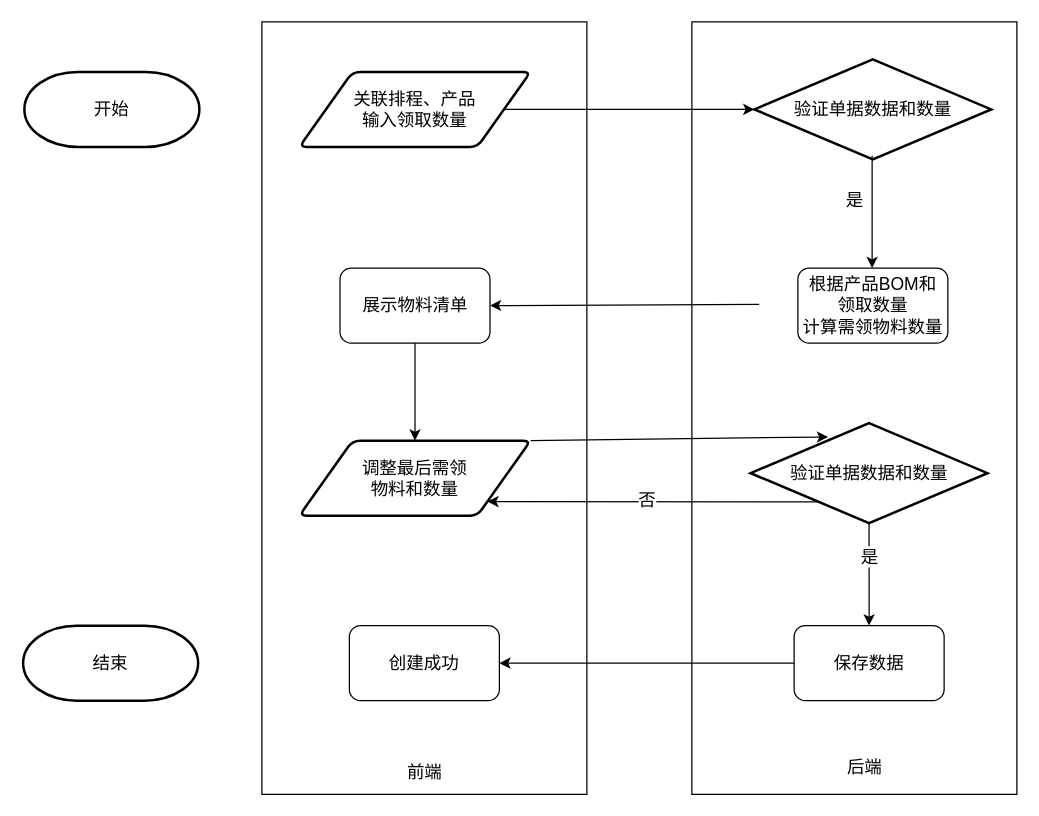
KNAI-I/test keeps this draw.io diagram as 设备监控流程.drawio. Above is the earlier version. Source tidied: cells renumbered, new cells numbered last; positions are measured from the earlier drawing's top-left corner, leaving out a move shared by most shapes. Both pictures are drawn from the tidied source at 125%, with x=0, y=0 at pixel (22, 21).
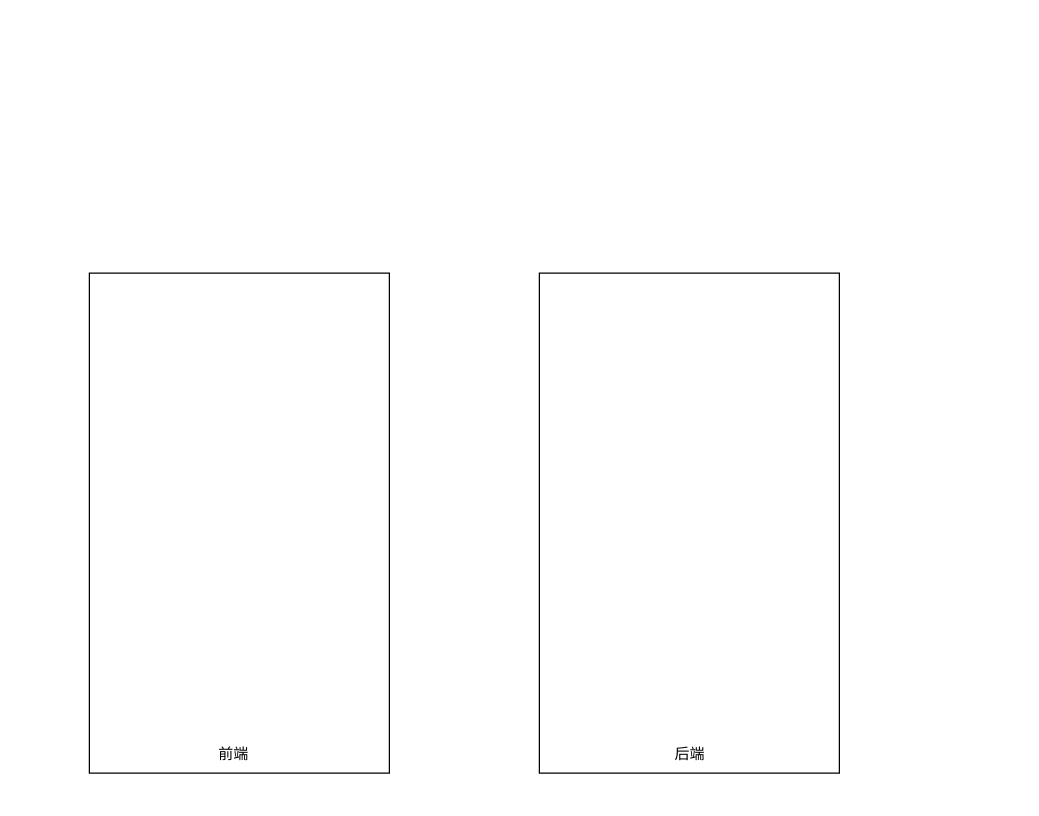
The same diagram, later.

Commit message (it also covers changes not shown here):
更新设备监控流程.drawio

Change to the diagram source:
```diff
@@
-    <mxCell id="2" style="verticalLabelPosition=bottom;verticalAlign=top;html=1;shape=mxgraph.basic.rect;fillColor2=none;strokeWidth=1;size=20;indent=5;fontSize=14;" parent="1" vertex="1">
-      <mxGeometry x="535" width="260" height="618" as="geometry" />
-    </mxCell>
-    <mxCell id="3" style="verticalLabelPosition=bottom;verticalAlign=top;html=1;shape=mxgraph.basic.rect;fillColor2=none;strokeWidth=1;size=20;indent=5;fontSize=14;" parent="1" vertex="1">
-      <mxGeometry x="191" width="260" height="618" as="geometry" />
-    </mxCell>
-    <mxCell id="4" value="开始" style="strokeWidth=2;html=1;shape=mxgraph.flowchart.terminator;whiteSpace=wrap;fontSize=14;" parent="1" vertex="1">
-      <mxGeometry x="1" y="40" width="140" height="60" as="geometry" />
-    </mxCell>
-    <mxCell id="5" value="关联排程、产品&lt;br&gt;输入领取数量" style="shape=parallelogram;html=1;strokeWidth=2;perimeter=parallelogramPerimeter;whiteSpace=wrap;rounded=1;arcSize=12;size=0.23;fontSize=14;" parent="1" vertex="1">
-      <mxGeometry x="221" y="40" width="185" height="60" as="geometry" />
-    </mxCell>
-    <mxCell id="6" value="验证单据数据和数量" style="strokeWidth=2;html=1;shape=mxgraph.flowchart.decision;whiteSpace=wrap;fontSize=14;" parent="1" vertex="1">
-      <mxGeometry x="585" y="30" width="189.5" height="80" as="geometry" />
-    </mxCell>
-    <mxCell id="7" value="结束" style="strokeWidth=2;html=1;shape=mxgraph.flowchart.terminator;whiteSpace=wrap;fontSize=14;" parent="1" vertex="1">
-      <mxGeometry y="483" width="140" height="60" as="geometry" />
-    </mxCell>
-    <mxCell id="8" value="是" style="text;html=1;align=center;verticalAlign=middle;strokeColor=none;fillColor=none;fontSize=14;" parent="1" vertex="1">
-      <mxGeometry x="645" y="128" width="40" height="30" as="geometry" />
-    </mxCell>
-    <mxCell id="9" value="根据产品BOM和&lt;br&gt;领取数量&lt;br&gt;计算需领物料数量" style="rounded=1;whiteSpace=wrap;html=1;fontSize=14;" parent="1" vertex="1">
-      <mxGeometry x="619.8" y="197" width="120" height="60" as="geometry" />
-    </mxCell>
-    <mxCell id="10" style="endArrow=classic;html=1;rounded=0;fontSize=14;" parent="1" edge="1">
-      <mxGeometry relative="1" as="geometry">
-        <mxPoint x="679.2" y="107" as="sourcePoint" />
-        <mxPoint x="679.2" y="197" as="targetPoint" />
-      </mxGeometry>
-    </mxCell>
+    <mxCell id="27" style="rounded=0;whiteSpace=wrap;html=1;" parent="1" vertex="1">
+      <mxGeometry x="53" y="201" width="240" height="400" as="geometry" />
+    </mxCell>
+    <mxCell id="28" style="rounded=0;whiteSpace=wrap;html=1;" parent="1" vertex="1">
+      <mxGeometry x="413" y="201" width="240" height="400" as="geometry" />
+    </mxCell>
-    <mxCell id="11" value="前端" style="text;html=1;align=center;verticalAlign=middle;strokeColor=none;fillColor=none;fontSize=14;" parent="1" vertex="1">
-      <mxGeometry x="296" y="585" width="50" height="30" as="geometry" />
+    <mxCell id="11" value="前端" style="text;html=1;align=center;verticalAlign=middle;strokeColor=none;fillColor=none;" parent="1" vertex="1">
+      <mxGeometry x="143" y="571" width="50" height="30" as="geometry" />
     </mxCell>
-    <mxCell id="12" value="后端" style="text;html=1;align=center;verticalAlign=middle;strokeColor=none;fillColor=none;fontSize=14;" parent="1" vertex="1">
-      <mxGeometry x="647.8" y="581" width="50" height="30" as="geometry" />
+    <mxCell id="12" value="后端" style="text;html=1;align=center;verticalAlign=middle;strokeColor=none;fillColor=none;" parent="1" vertex="1">
+      <mxGeometry x="508" y="571" width="50" height="30" as="geometry" />
     </mxCell>
-    <mxCell id="13" style="endArrow=classic;html=1;rounded=0;fontSize=14;exitX=1;exitY=0.5;exitDx=0;exitDy=0;entryX=0;entryY=0.5;entryDx=0;entryDy=0;entryPerimeter=0;" parent="1" edge="1" source="5" target="6">
-      <mxGeometry relative="1" as="geometry" />
-    </mxCell>
-    <mxCell id="14" value="展示物料清单" style="rounded=1;whiteSpace=wrap;html=1;fontSize=14;" parent="1" vertex="1">
-      <mxGeometry x="253.5" y="197" width="120" height="60" as="geometry" />
-    </mxCell>
-    <mxCell id="15" style="endArrow=classic;html=1;rounded=0;fontSize=14;exitX=0;exitY=0.5;exitDx=0;exitDy=0;entryX=1;entryY=0.5;entryDx=0;entryDy=0;" parent="1" edge="1" target="14">
-      <mxGeometry relative="1" as="geometry">
-        <mxPoint x="588.8" y="226" as="sourcePoint" />
-      </mxGeometry>
-    </mxCell>
-    <mxCell id="16" value="调整最后需领&lt;br&gt;物料和数量" style="shape=parallelogram;html=1;strokeWidth=2;perimeter=parallelogramPerimeter;whiteSpace=wrap;rounded=1;arcSize=12;size=0.23;fontSize=14;" parent="1" vertex="1">
-      <mxGeometry x="221" y="335" width="185" height="60" as="geometry" />
-    </mxCell>
-    <mxCell id="17" style="endArrow=classic;html=1;rounded=0;fontSize=14;exitX=0.5;exitY=1;exitDx=0;exitDy=0;entryX=0.5;entryY=0;entryDx=0;entryDy=0;" parent="1" edge="1" source="14" target="16">
-      <mxGeometry relative="1" as="geometry" />
-    </mxCell>
-    <mxCell id="18" value="验证单据数据和数量" style="strokeWidth=2;html=1;shape=mxgraph.flowchart.decision;whiteSpace=wrap;fontSize=14;" parent="1" vertex="1">
-      <mxGeometry x="582" y="321" width="189.5" height="80" as="geometry" />
-    </mxCell>
-    <mxCell id="19" style="endArrow=classic;html=1;rounded=0;fontSize=14;exitX=0.296;exitY=0.788;exitDx=0;exitDy=0;exitPerimeter=0;entryX=1;entryY=1;entryDx=0;entryDy=0;" parent="1" edge="1" source="18" target="16">
-      <mxGeometry relative="1" as="geometry" />
-    </mxCell>
-    <mxCell id="20" value="否" style="edgeLabel;html=1;align=center;verticalAlign=middle;fontSize=14;" parent="19" vertex="1">
-      <mxGeometry x="0.24" y="1" relative="1" as="geometry">
-        <mxPoint x="25" y="-2" as="offset" />
-      </mxGeometry>
-    </mxCell>
-    <mxCell id="21" value="保存数据" style="rounded=1;whiteSpace=wrap;html=1;fontSize=14;" parent="1" vertex="1">
-      <mxGeometry x="616.8" y="483" width="120" height="60" as="geometry" />
-    </mxCell>
-    <mxCell id="22" style="endArrow=classic;html=1;rounded=0;fontSize=14;entryX=0.5;entryY=0;entryDx=0;entryDy=0;exitX=0.5;exitY=1;exitDx=0;exitDy=0;exitPerimeter=0;" parent="1" edge="1" source="18" target="21">
-      <mxGeometry relative="1" as="geometry" />
-    </mxCell>
-    <mxCell id="23" value="是" style="edgeLabel;html=1;align=center;verticalAlign=middle;fontSize=14;" parent="22" vertex="1">
-      <mxGeometry x="-0.34" relative="1" as="geometry" />
-    </mxCell>
-    <mxCell id="24" value="创建成功" style="rounded=1;whiteSpace=wrap;html=1;fontSize=14;" parent="1" vertex="1">
-      <mxGeometry x="261" y="483" width="120" height="60" as="geometry" />
-    </mxCell>
-    <mxCell id="25" style="endArrow=classic;html=1;rounded=0;fontSize=14;exitX=0;exitY=0.5;exitDx=0;exitDy=0;entryX=1;entryY=0.5;entryDx=0;entryDy=0;" parent="1" edge="1" source="21" target="24">
-      <mxGeometry relative="1" as="geometry" />
-    </mxCell>
-    <mxCell id="26" style="endArrow=classic;html=1;rounded=0;fontSize=14;entryX=0.327;entryY=0.138;entryDx=0;entryDy=0;entryPerimeter=0;exitX=1;exitY=0;exitDx=0;exitDy=0;" parent="1" edge="1" source="16" target="18">
-      <mxGeometry relative="1" as="geometry" />
-    </mxCell>
```
